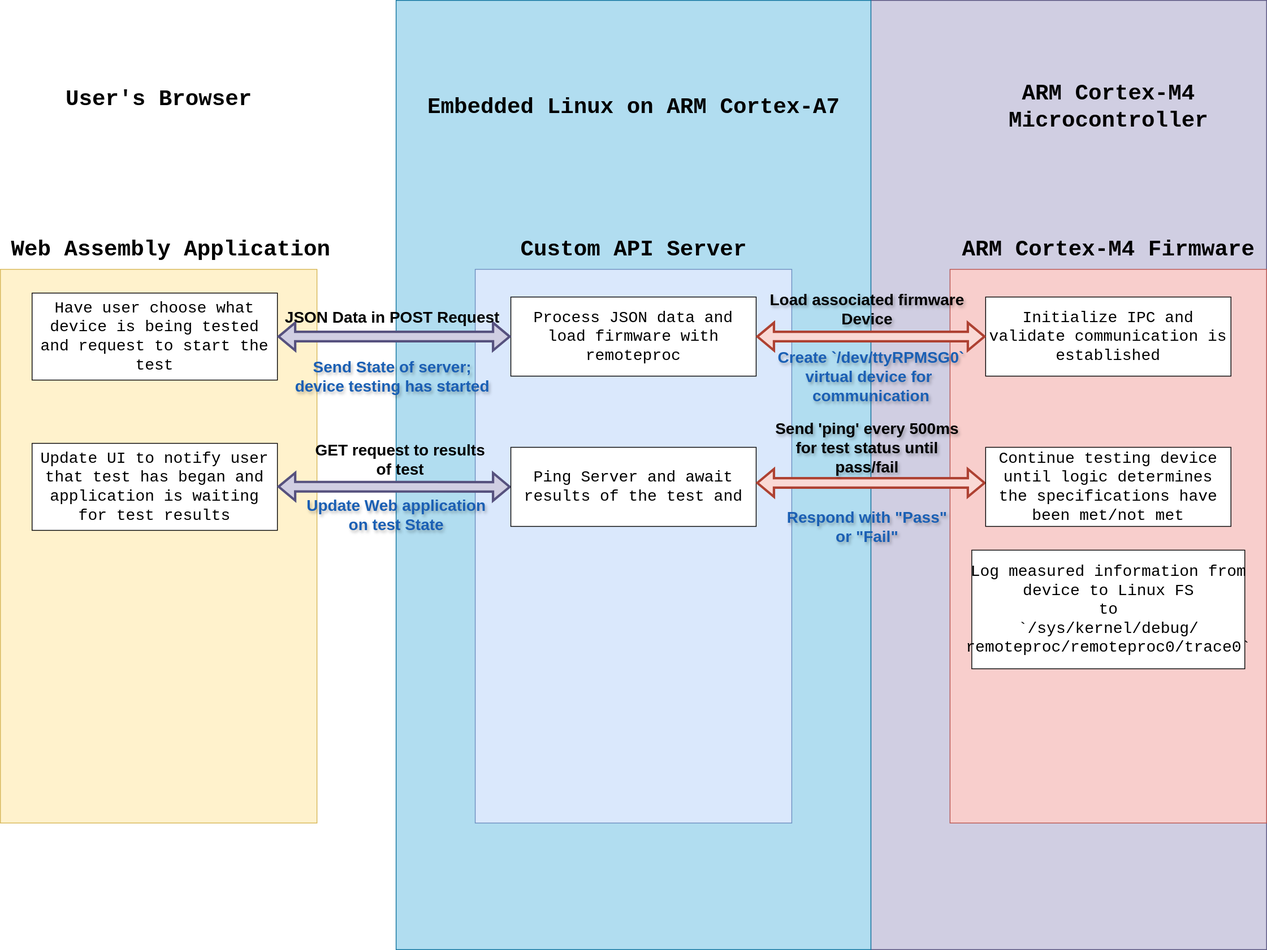
Above: assets/software_stack.drawio.svg in DMGDy/SeniorDesign-FinalReport (draw.io), before the change. Source tidied: cells renumbered, new cells last; positions are measured from the earlier drawing's top-left corner, leaving out a move shared by most shapes.
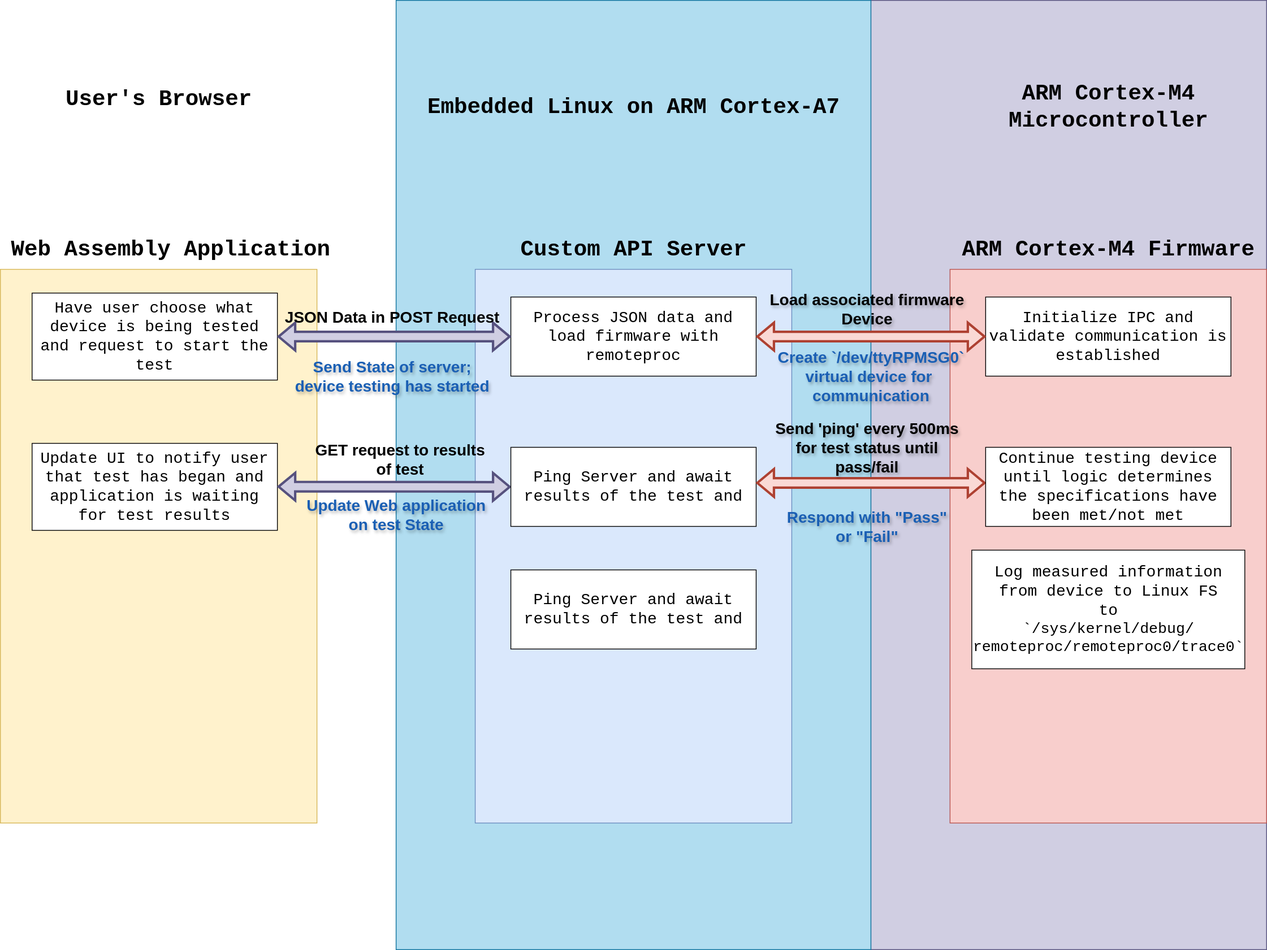
After the commit.

Diff of the diagram source:
```diff
@@ -94,8 +94,11 @@
     <mxCell id="30" value="Update Web application&lt;br&gt;on test State" style="text;html=1;align=center;verticalAlign=middle;strokeColor=none;fillColor=none;fontSize=20;fontColor=#1a5fb4;labelBackgroundColor=none;fontStyle=1;textShadow=1;" parent="1" vertex="1">
       <mxGeometry x="380" y="620" width="240" height="60" as="geometry" />
     </mxCell>
-    <mxCell id="31" value="Log measured information from device to Linux FS&lt;br&gt;&lt;div&gt;to&lt;/div&gt;&lt;div&gt;`/sys/kernel/debug/&lt;/div&gt;&lt;div&gt;remoteproc/remoteproc0/trace0`&lt;/div&gt;" style="whiteSpace=wrap;html=1;fontSize=20;fontFamily=Courier New;" parent="1" vertex="1">
+    <mxCell id="31" value="Log measured information from device to Linux FS&lt;br&gt;&lt;div&gt;to&lt;/div&gt;&lt;div style=&quot;font-size: 19px;&quot;&gt;&lt;font style=&quot;font-size: 19px;&quot;&gt;`/sys/kernel/debug/&lt;/font&gt;&lt;/div&gt;&lt;div style=&quot;font-size: 19px;&quot;&gt;&lt;font style=&quot;font-size: 19px;&quot;&gt;remoteproc/remoteproc0/trace0&lt;/font&gt;`&lt;/div&gt;" style="whiteSpace=wrap;html=1;fontSize=20;fontFamily=Courier New;" parent="1" vertex="1">
       <mxGeometry x="1227.5" y="695" width="345" height="150" as="geometry" />
     </mxCell>
+    <mxCell id="32" value="Ping Server and await results of the test and " style="whiteSpace=wrap;html=1;fontSize=20;fontFamily=Courier New;" parent="1" vertex="1">
+      <mxGeometry x="645" y="720" width="310" height="100" as="geometry" />
+    </mxCell>
   </root>
 </mxGraphModel>
```
